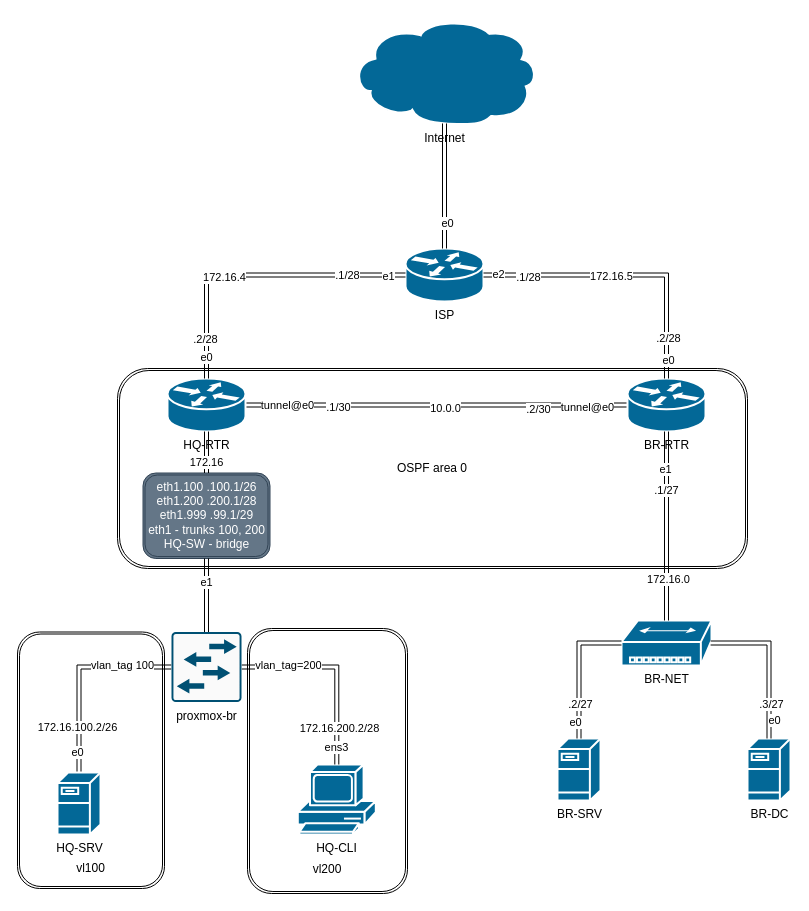
Earlier version of the draw.io diagram useful/DemExamTopology.drawio (ElectrieCat/DemExam2025-SSA). Source tidied: cells renumbered, new cells numbered last; positions are measured from the earlier drawing's top-left corner, leaving out a move shared by most shapes. Both pictures are drawn from the tidied source at 100%, with x=0, y=0 at pixel (17, 18).
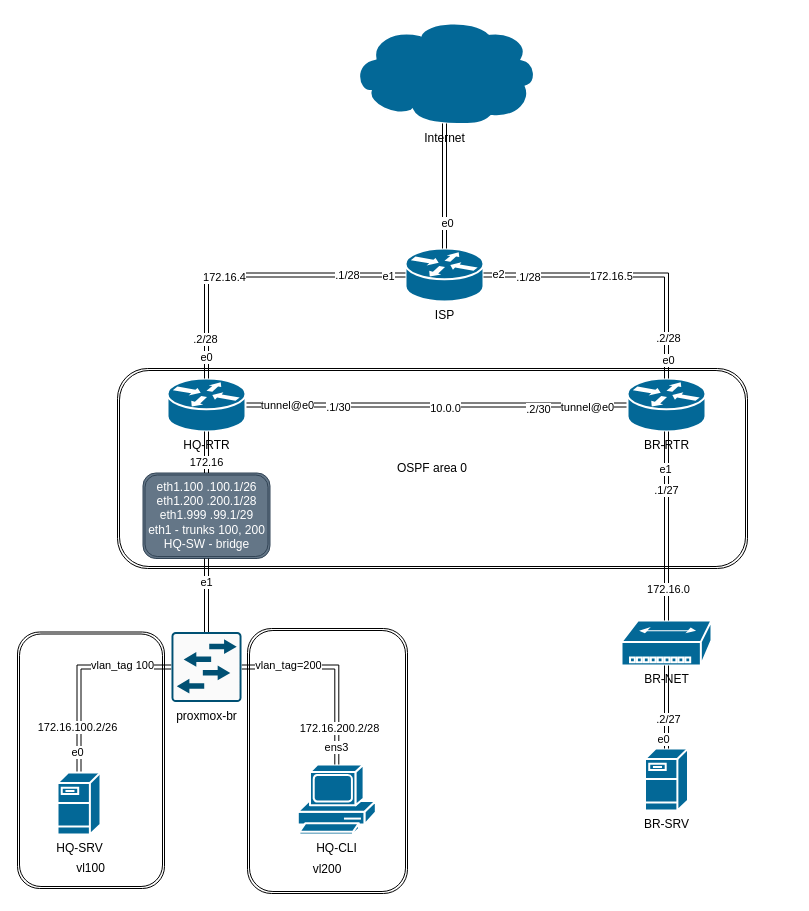
After the change.

The change refers to these unchanged cells:
```xml
<mxCell id="16" value="&lt;div&gt;BR-NET&lt;/div&gt;" style="shape=mxgraph.cisco.hubs_and_gateways.small_hub;sketch=0;html=1;dashed=0;fillColor=#036897;strokeColor=#ffffff;strokeWidth=2;verticalLabelPosition=bottom;verticalAlign=top;align=center;outlineConnect=0;" parent="1" vertex="1">
  <mxGeometry x="604" y="602" width="90" height="45" as="geometry" />
</mxCell>
<mxCell id="39" style="edgeStyle=orthogonalEdgeStyle;rounded=0;jettySize=auto;html=1;exitX=0.5;exitY=1;exitDx=0;exitDy=0;exitPerimeter=0;entryX=0.5;entryY=0;entryDx=0;entryDy=0;entryPerimeter=0;shape=link;" parent="1" edge="1" source="15" target="16">
  <mxGeometry relative="1" as="geometry" />
</mxCell>
```

Change to the diagram source:
```diff
@@
     <mxCell id="23" value="BR-SRV" style="shape=mxgraph.cisco.servers.fileserver;sketch=0;html=1;dashed=0;fillColor=#036897;strokeColor=#ffffff;strokeWidth=2;verticalLabelPosition=bottom;verticalAlign=top;align=center;outlineConnect=0;" parent="1" vertex="1">
-      <mxGeometry x="540" y="720" width="43" height="62" as="geometry" />
+      <mxGeometry x="627.5" y="730" width="43" height="62" as="geometry" />
     </mxCell>
-    <mxCell id="24" value="BR-DC" style="shape=mxgraph.cisco.servers.fileserver;sketch=0;html=1;dashed=0;fillColor=#036897;strokeColor=#ffffff;strokeWidth=2;verticalLabelPosition=bottom;verticalAlign=top;align=center;outlineConnect=0;" parent="1" vertex="1">
-      <mxGeometry x="730" y="720" width="43" height="62" as="geometry" />
-    </mxCell>
@@
     <mxCell id="42" value="172.16.0" style="edgeLabel;html=1;align=center;verticalAlign=middle;" parent="39" vertex="1">
       <mxGeometry x="0.55" relative="1" as="geometry">
-        <mxPoint x="1" y="1" as="offset" />
+        <mxPoint x="1" y="11" as="offset" />
       </mxGeometry>
     </mxCell>
-    <mxCell id="43" style="edgeStyle=orthogonalEdgeStyle;rounded=0;jettySize=auto;html=1;exitX=0.99;exitY=0.5;exitDx=0;exitDy=0;exitPerimeter=0;entryX=0.5;entryY=0;entryDx=0;entryDy=0;entryPerimeter=0;shape=link;" parent="1" edge="1" source="16" target="24">
-      <mxGeometry relative="1" as="geometry" />
-    </mxCell>
-    <mxCell id="44" value="e0" style="edgeLabel;html=1;align=center;verticalAlign=middle;" parent="43" vertex="1">
-      <mxGeometry x="0.75" y="5" relative="1" as="geometry" />
-    </mxCell>
-    <mxCell id="45" value=".3/27" style="edgeLabel;html=1;align=center;verticalAlign=middle;" parent="43" vertex="1">
-      <mxGeometry x="0.55" y="2" relative="1" as="geometry" />
-    </mxCell>
-    <mxCell id="46" style="edgeStyle=orthogonalEdgeStyle;rounded=0;jettySize=auto;html=1;exitX=0;exitY=0.5;exitDx=0;exitDy=0;exitPerimeter=0;entryX=0.5;entryY=0;entryDx=0;entryDy=0;entryPerimeter=0;shape=link;" parent="1" edge="1" source="16" target="23">
+    <mxCell id="46" style="edgeStyle=orthogonalEdgeStyle;rounded=0;jettySize=auto;html=1;exitX=0.5;exitY=1;exitDx=0;exitDy=0;exitPerimeter=0;entryX=0.5;entryY=0;entryDx=0;entryDy=0;entryPerimeter=0;shape=link;" parent="1" edge="1" source="16" target="23">
       <mxGeometry relative="1" as="geometry" />
     </mxCell>
@@
     <mxCell id="48" value=".2/27" style="edgeLabel;html=1;align=center;verticalAlign=middle;" parent="46" vertex="1">
-      <mxGeometry x="0.49" y="1" relative="1" as="geometry" />
+      <mxGeometry x="0.49" y="1" relative="1" as="geometry">
+        <mxPoint y="-9" as="offset" />
+      </mxGeometry>
     </mxCell>
```
